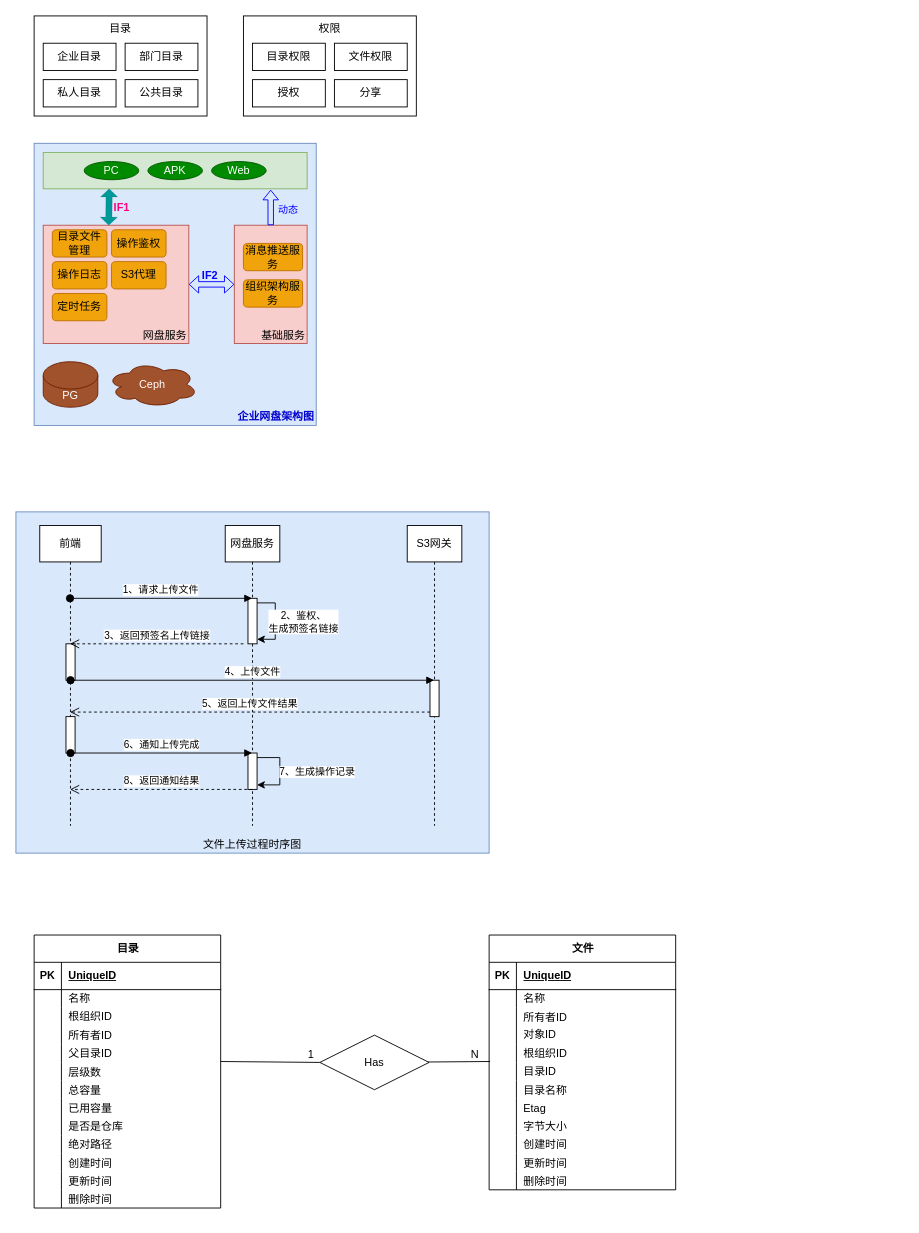
zebra-min/my-design keeps this draw.io diagram as page "企业网盘" (4 of 4) of StreamOA架构设计.drawio. Above is the earlier version. Source tidied: cells renumbered, new cells numbered last; positions are measured from the earlier drawing's top-left corner, leaving out a move shared by most shapes. Both pictures are drawn from the tidied source at 91%, with x=0, y=0 at pixel (15, 15).
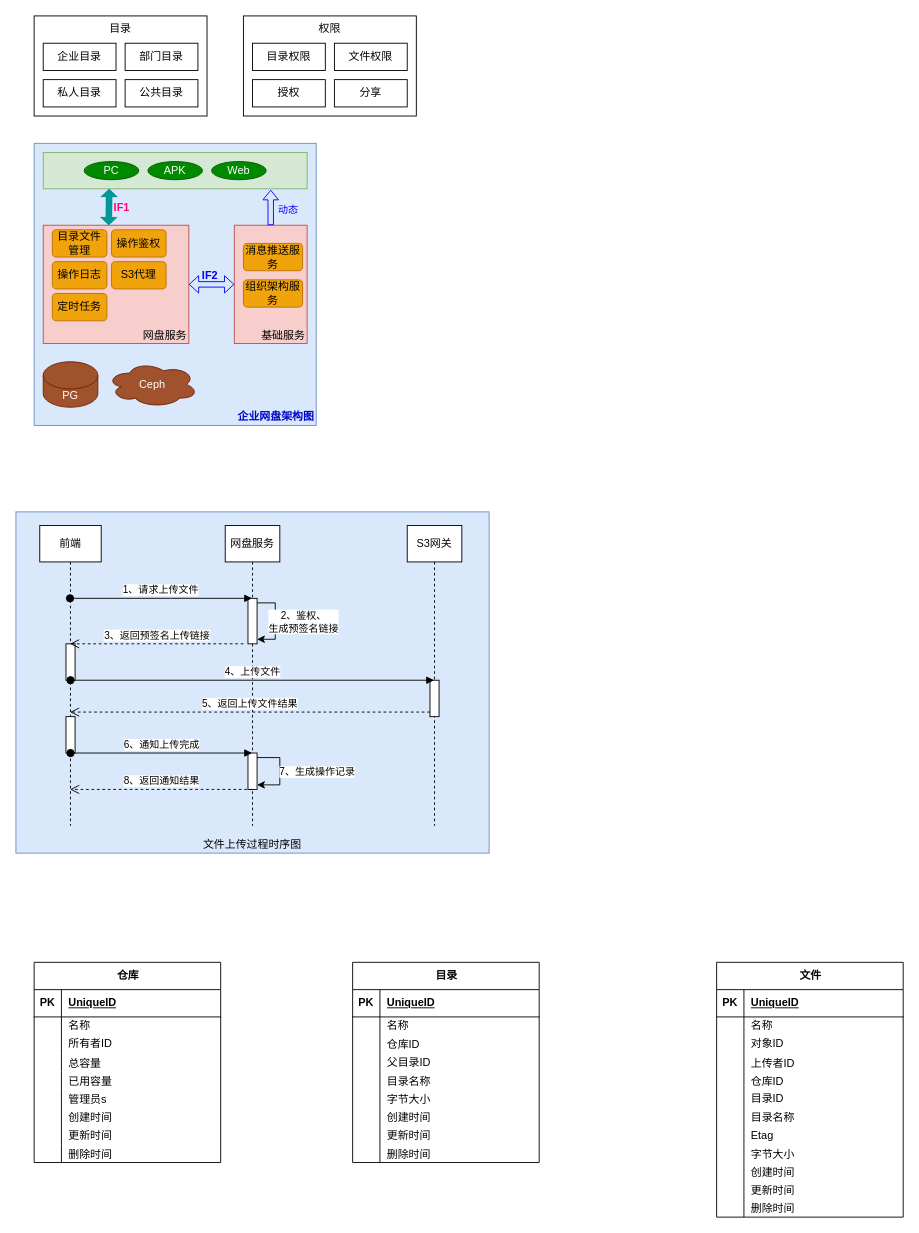
The same page after the edit.

Commit message (it also covers changes not shown here):
更新StreamOA架构设计.drawio

The change refers to these unchanged cells:
```xml
<mxCell id="60" style="shape=tableRow;horizontal=0;startSize=0;swimlaneHead=0;swimlaneBody=0;fillColor=none;top=0;left=0;right=0;bottom=0;" parent="53" vertex="1">
  <mxGeometry y="80" width="205" height="20" as="geometry" />
</mxCell>
<mxCell id="106" style="shape=tableRow;horizontal=0;startSize=0;swimlaneHead=0;swimlaneBody=0;fillColor=none;top=0;left=0;right=0;bottom=0;" parent="93" vertex="1">
  <mxGeometry y="120" width="205" height="20" as="geometry" />
</mxCell>
<mxCell id="109" style="shape=tableRow;horizontal=0;startSize=0;swimlaneHead=0;swimlaneBody=0;fillColor=none;points=[[0,0.5],[1,0.5]];portConstraint=eastwest;top=0;left=0;right=0;bottom=0;" parent="93" vertex="1">
  <mxGeometry y="140" width="205" height="20" as="geometry" />
</mxCell>
```

Change to the diagram source:
```diff
@@
-    <mxCell id="53" value="目录" style="shape=table;startSize=30;childLayout=tableLayout;rowLines=0;fontStyle=1;align=center;html=1;" parent="1" vertex="1">
-      <mxGeometry x="20" y="1010" width="205" height="300" as="geometry" />
+    <mxCell id="53" value="仓库" style="shape=table;startSize=30;childLayout=tableLayout;rowLines=0;fontStyle=1;align=center;html=1;" parent="1" vertex="1">
+      <mxGeometry x="20" y="1040" width="205" height="220" as="geometry" />
     </mxCell>
@@
-    <mxCell id="62" value="根组织ID" style="shape=partialRectangle;fillColor=none;top=0;left=0;bottom=0;right=0;align=left;spacingLeft=6;overflow=hidden;whiteSpace=wrap;html=1;" parent="60" vertex="1">
+    <mxCell id="62" value="所有者ID" style="shape=partialRectangle;fillColor=none;top=0;left=0;bottom=0;right=0;align=left;spacingLeft=6;overflow=hidden;whiteSpace=wrap;html=1;" parent="60" vertex="1">
       <mxGeometry x="30" width="175" height="20" as="geometry" />
     </mxCell>
-    <mxCell id="63" style="shape=tableRow;horizontal=0;startSize=0;swimlaneHead=0;swimlaneBody=0;fillColor=none;top=0;left=0;right=0;bottom=0;" parent="53" vertex="1">
-      <mxGeometry y="100" width="205" height="20" as="geometry" />
-    </mxCell>
-    <mxCell id="64" style="shape=partialRectangle;fillColor=none;top=0;left=0;bottom=0;right=0;overflow=hidden;" parent="63" vertex="1">
-      <mxGeometry width="30" height="20" as="geometry" />
-    </mxCell>
-    <mxCell id="65" value="所有者ID" style="shape=partialRectangle;fillColor=none;top=0;left=0;bottom=0;right=0;align=left;spacingLeft=6;overflow=hidden;" parent="63" vertex="1">
-      <mxGeometry x="30" width="175" height="20" as="geometry" />
-    </mxCell>
-    <mxCell id="66" style="shape=tableRow;horizontal=0;startSize=0;swimlaneHead=0;swimlaneBody=0;fillColor=none;top=0;left=0;right=0;bottom=0;" parent="53" vertex="1">
-      <mxGeometry y="120" width="205" height="20" as="geometry" />
-    </mxCell>
-    <mxCell id="67" style="shape=partialRectangle;fillColor=none;top=0;left=0;bottom=0;right=0;overflow=hidden;whiteSpace=wrap;html=1;" parent="66" vertex="1">
-      <mxGeometry width="30" height="20" as="geometry" />
-    </mxCell>
-    <mxCell id="68" value="父目录ID" style="shape=partialRectangle;fillColor=none;top=0;left=0;bottom=0;right=0;align=left;spacingLeft=6;overflow=hidden;whiteSpace=wrap;html=1;" parent="66" vertex="1">
-      <mxGeometry x="30" width="175" height="20" as="geometry" />
-    </mxCell>
-    <mxCell id="69" style="shape=tableRow;horizontal=0;startSize=0;swimlaneHead=0;swimlaneBody=0;fillColor=none;points=[[0,0.5],[1,0.5]];portConstraint=eastwest;top=0;left=0;right=0;bottom=0;" parent="53" vertex="1">
-      <mxGeometry y="140" width="205" height="20" as="geometry" />
-    </mxCell>
-    <mxCell id="70" style="shape=partialRectangle;fillColor=none;top=0;left=0;bottom=0;right=0;overflow=hidden;" parent="69" vertex="1">
-      <mxGeometry width="30" height="20" as="geometry" />
-    </mxCell>
-    <mxCell id="71" value="层级数" style="shape=partialRectangle;fillColor=none;top=0;left=0;bottom=0;right=0;align=left;spacingLeft=6;overflow=hidden;" parent="69" vertex="1">
-      <mxGeometry x="30" width="175" height="20" as="geometry" />
-    </mxCell>
     <mxCell id="72" style="shape=tableRow;horizontal=0;startSize=0;swimlaneHead=0;swimlaneBody=0;fillColor=none;top=0;left=0;right=0;bottom=0;" parent="53" vertex="1">
-      <mxGeometry y="160" width="205" height="20" as="geometry" />
+      <mxGeometry y="100" width="205" height="20" as="geometry" />
     </mxCell>
@@
     <mxCell id="75" style="shape=tableRow;horizontal=0;startSize=0;swimlaneHead=0;swimlaneBody=0;fillColor=none;top=0;left=0;right=0;bottom=0;" parent="53" vertex="1">
-      <mxGeometry y="180" width="205" height="20" as="geometry" />
+      <mxGeometry y="120" width="205" height="20" as="geometry" />
     </mxCell>
@@
-    <mxCell id="78" style="shape=tableRow;horizontal=0;startSize=0;swimlaneHead=0;swimlaneBody=0;fillColor=none;top=0;left=0;right=0;bottom=0;" parent="53" vertex="1">
-      <mxGeometry y="200" width="205" height="20" as="geometry" />
-    </mxCell>
-    <mxCell id="79" style="shape=partialRectangle;fillColor=none;top=0;left=0;bottom=0;right=0;overflow=hidden;" parent="78" vertex="1">
-      <mxGeometry width="30" height="20" as="geometry" />
-    </mxCell>
-    <mxCell id="80" value="是否是仓库" style="shape=partialRectangle;fillColor=none;top=0;left=0;bottom=0;right=0;align=left;spacingLeft=6;overflow=hidden;" parent="78" vertex="1">
-      <mxGeometry x="30" width="175" height="20" as="geometry" />
-    </mxCell>
-    <mxCell id="81" style="shape=tableRow;horizontal=0;startSize=0;swimlaneHead=0;swimlaneBody=0;fillColor=none;top=0;left=0;right=0;bottom=0;" parent="53" vertex="1">
-      <mxGeometry y="220" width="205" height="20" as="geometry" />
-    </mxCell>
-    <mxCell id="82" style="shape=partialRectangle;fillColor=none;top=0;left=0;bottom=0;right=0;overflow=hidden;" parent="81" vertex="1">
-      <mxGeometry width="30" height="20" as="geometry" />
-    </mxCell>
-    <mxCell id="83" value="绝对路径" style="shape=partialRectangle;fillColor=none;top=0;left=0;bottom=0;right=0;align=left;spacingLeft=6;overflow=hidden;" parent="81" vertex="1">
-      <mxGeometry x="30" width="175" height="20" as="geometry" />
-    </mxCell>
+    <mxCell id="135" style="shape=tableRow;horizontal=0;startSize=0;swimlaneHead=0;swimlaneBody=0;fillColor=none;top=0;left=0;right=0;bottom=0;" parent="53" vertex="1">
+      <mxGeometry y="140" width="205" height="20" as="geometry" />
+    </mxCell>
+    <mxCell id="136" style="shape=partialRectangle;fillColor=none;top=0;left=0;bottom=0;right=0;overflow=hidden;" parent="135" vertex="1">
+      <mxGeometry width="30" height="20" as="geometry" />
+    </mxCell>
+    <mxCell id="137" value="管理员s" style="shape=partialRectangle;fillColor=none;top=0;left=0;bottom=0;right=0;align=left;spacingLeft=6;overflow=hidden;" parent="135" vertex="1">
+      <mxGeometry x="30" width="175" height="20" as="geometry" />
+    </mxCell>
     <mxCell id="84" style="shape=tableRow;horizontal=0;startSize=0;swimlaneHead=0;swimlaneBody=0;fillColor=none;top=0;left=0;right=0;bottom=0;" parent="53" vertex="1">
-      <mxGeometry y="240" width="205" height="20" as="geometry" />
+      <mxGeometry y="160" width="205" height="20" as="geometry" />
     </mxCell>
@@
     <mxCell id="87" style="shape=tableRow;horizontal=0;startSize=0;swimlaneHead=0;swimlaneBody=0;fillColor=none;top=0;left=0;right=0;bottom=0;" parent="53" vertex="1">
-      <mxGeometry y="260" width="205" height="20" as="geometry" />
+      <mxGeometry y="180" width="205" height="20" as="geometry" />
     </mxCell>
@@
     <mxCell id="90" style="shape=tableRow;horizontal=0;startSize=0;swimlaneHead=0;swimlaneBody=0;fillColor=none;top=0;left=0;right=0;bottom=0;" parent="53" vertex="1">
-      <mxGeometry y="280" width="205" height="20" as="geometry" />
+      <mxGeometry y="200" width="205" height="20" as="geometry" />
     </mxCell>
@@
     <mxCell id="93" value="文件" style="shape=table;startSize=30;childLayout=tableLayout;rowLines=0;fontStyle=1;align=center;html=1;" parent="1" vertex="1">
-      <mxGeometry x="520" y="1010" width="205" height="280" as="geometry" />
+      <mxGeometry x="770" y="1040" width="205" height="280" as="geometry" />
     </mxCell>
@@
+    <mxCell id="103" style="shape=tableRow;horizontal=0;startSize=0;swimlaneHead=0;swimlaneBody=0;fillColor=none;top=0;left=0;right=0;bottom=0;" parent="93" vertex="1">
+      <mxGeometry y="80" width="205" height="20" as="geometry" />
+    </mxCell>
+    <mxCell id="104" style="shape=partialRectangle;fillColor=none;top=0;left=0;bottom=0;right=0;overflow=hidden;whiteSpace=wrap;html=1;" parent="103" vertex="1">
+      <mxGeometry width="30" height="20" as="geometry" />
+    </mxCell>
+    <mxCell id="105" value="对象ID" style="shape=partialRectangle;fillColor=none;top=0;left=0;bottom=0;right=0;align=left;spacingLeft=6;overflow=hidden;whiteSpace=wrap;html=1;" parent="103" vertex="1">
+      <mxGeometry x="30" width="175" height="20" as="geometry" />
+    </mxCell>
     <mxCell id="100" style="shape=tableRow;horizontal=0;startSize=0;swimlaneHead=0;swimlaneBody=0;fillColor=none;top=0;left=0;right=0;bottom=0;" parent="93" vertex="1">
-      <mxGeometry y="80" width="205" height="20" as="geometry" />
+      <mxGeometry y="100" width="205" height="20" as="geometry" />
     </mxCell>
@@
-    <mxCell id="102" value="所有者ID" style="shape=partialRectangle;fillColor=none;top=0;left=0;bottom=0;right=0;align=left;spacingLeft=6;overflow=hidden;" parent="100" vertex="1">
+    <mxCell id="102" value="上传者ID" style="shape=partialRectangle;fillColor=none;top=0;left=0;bottom=0;right=0;align=left;spacingLeft=6;overflow=hidden;" parent="100" vertex="1">
       <mxGeometry x="30" width="175" height="20" as="geometry" />
     </mxCell>
-    <mxCell id="103" style="shape=tableRow;horizontal=0;startSize=0;swimlaneHead=0;swimlaneBody=0;fillColor=none;top=0;left=0;right=0;bottom=0;" parent="93" vertex="1">
-      <mxGeometry y="100" width="205" height="20" as="geometry" />
-    </mxCell>
-    <mxCell id="104" style="shape=partialRectangle;fillColor=none;top=0;left=0;bottom=0;right=0;overflow=hidden;whiteSpace=wrap;html=1;" parent="103" vertex="1">
-      <mxGeometry width="30" height="20" as="geometry" />
-    </mxCell>
-    <mxCell id="105" value="对象ID" style="shape=partialRectangle;fillColor=none;top=0;left=0;bottom=0;right=0;align=left;spacingLeft=6;overflow=hidden;whiteSpace=wrap;html=1;" parent="103" vertex="1">
-      <mxGeometry x="30" width="175" height="20" as="geometry" />
-    </mxCell>
@@
-    <mxCell id="108" value="根组织ID" style="shape=partialRectangle;fillColor=none;top=0;left=0;bottom=0;right=0;align=left;spacingLeft=6;overflow=hidden;" parent="106" vertex="1">
+    <mxCell id="108" value="仓库ID" style="shape=partialRectangle;fillColor=none;top=0;left=0;bottom=0;right=0;align=left;spacingLeft=6;overflow=hidden;" parent="106" vertex="1">
       <mxGeometry x="30" width="175" height="20" as="geometry" />
     </mxCell>
@@
-    <mxCell id="130" value="Has" style="shape=rhombus;perimeter=rhombusPerimeter;whiteSpace=wrap;html=1;align=center;" parent="1" vertex="1">
-      <mxGeometry x="334" y="1120" width="120" height="60" as="geometry" />
-    </mxCell>
-    <mxCell id="131" style="endArrow=none;html=1;rounded=0;entryX=0.005;entryY=-0.05;entryDx=0;entryDy=0;entryPerimeter=0;" parent="1" edge="1" source="130" target="109">
-      <mxGeometry relative="1" as="geometry" />
-    </mxCell>
-    <mxCell id="132" value="N" style="html=1;whiteSpace=wrap;align=right;verticalAlign=bottom;" parent="131" vertex="1">
-      <mxGeometry x="1" relative="1" as="geometry">
-        <mxPoint x="-11" y="1" as="offset" />
-      </mxGeometry>
-    </mxCell>
-    <mxCell id="133" style="endArrow=none;html=1;rounded=0;exitX=1;exitY=-0.05;exitDx=0;exitDy=0;exitPerimeter=0;entryX=0;entryY=0.5;entryDx=0;entryDy=0;" parent="1" edge="1" source="69" target="130">
-      <mxGeometry relative="1" as="geometry" />
-    </mxCell>
-    <mxCell id="134" value="1" style="html=1;whiteSpace=wrap;align=right;verticalAlign=bottom;" parent="133" vertex="1">
-      <mxGeometry x="1" relative="1" as="geometry">
-        <mxPoint x="-5" as="offset" />
-      </mxGeometry>
-    </mxCell>
+    <mxCell id="138" value="目录" style="shape=table;startSize=30;childLayout=tableLayout;rowLines=0;fontStyle=1;align=center;html=1;" parent="1" vertex="1">
+      <mxGeometry x="370" y="1040" width="205" height="220" as="geometry" />
+    </mxCell>
+    <mxCell id="139" style="shape=tableRow;horizontal=0;startSize=0;swimlaneHead=0;swimlaneBody=0;fillColor=none;top=0;left=0;right=0;bottom=1;" parent="138" vertex="1">
+      <mxGeometry y="30" width="205" height="30" as="geometry" />
+    </mxCell>
+    <mxCell id="140" value="PK" style="shape=partialRectangle;fillColor=none;top=0;left=0;bottom=0;right=0;fontStyle=1;overflow=hidden;whiteSpace=wrap;html=1;" parent="139" vertex="1">
+      <mxGeometry width="30" height="30" as="geometry" />
+    </mxCell>
+    <mxCell id="141" value="UniqueID" style="shape=partialRectangle;fillColor=none;top=0;left=0;bottom=0;right=0;align=left;spacingLeft=6;fontStyle=5;overflow=hidden;whiteSpace=wrap;html=1;" parent="139" vertex="1">
+      <mxGeometry x="30" width="175" height="30" as="geometry" />
+    </mxCell>
+    <mxCell id="142" style="shape=tableRow;horizontal=0;startSize=0;swimlaneHead=0;swimlaneBody=0;fillColor=none;top=0;left=0;right=0;bottom=0;" parent="138" vertex="1">
+      <mxGeometry y="60" width="205" height="20" as="geometry" />
+    </mxCell>
+    <mxCell id="143" style="shape=partialRectangle;fillColor=none;top=0;left=0;bottom=0;right=0;overflow=hidden;whiteSpace=wrap;html=1;" parent="142" vertex="1">
+      <mxGeometry width="30" height="20" as="geometry" />
+    </mxCell>
+    <mxCell id="144" value="名称" style="shape=partialRectangle;fillColor=none;top=0;left=0;bottom=0;right=0;align=left;spacingLeft=6;overflow=hidden;whiteSpace=wrap;html=1;" parent="142" vertex="1">
+      <mxGeometry x="30" width="175" height="20" as="geometry" />
+    </mxCell>
+    <mxCell id="145" style="shape=tableRow;horizontal=0;startSize=0;swimlaneHead=0;swimlaneBody=0;fillColor=none;top=0;left=0;right=0;bottom=0;" parent="138" vertex="1">
+      <mxGeometry y="80" width="205" height="20" as="geometry" />
+    </mxCell>
+    <mxCell id="146" style="shape=partialRectangle;fillColor=none;top=0;left=0;bottom=0;right=0;overflow=hidden;" parent="145" vertex="1">
+      <mxGeometry width="30" height="20" as="geometry" />
+    </mxCell>
+    <mxCell id="147" value="仓库ID" style="shape=partialRectangle;fillColor=none;top=0;left=0;bottom=0;right=0;align=left;spacingLeft=6;overflow=hidden;" parent="145" vertex="1">
+      <mxGeometry x="30" width="175" height="20" as="geometry" />
+    </mxCell>
+    <mxCell id="63" style="shape=tableRow;horizontal=0;startSize=0;swimlaneHead=0;swimlaneBody=0;fillColor=none;top=0;left=0;right=0;bottom=0;" parent="138" vertex="1">
+      <mxGeometry y="100" width="205" height="20" as="geometry" />
+    </mxCell>
+    <mxCell id="148" style="shape=partialRectangle;fillColor=none;top=0;left=0;bottom=0;right=0;overflow=hidden;whiteSpace=wrap;html=1;" parent="63" vertex="1">
+      <mxGeometry width="30" height="20" as="geometry" />
+    </mxCell>
+    <mxCell id="68" value="父目录ID" style="shape=partialRectangle;fillColor=none;top=0;left=0;bottom=0;right=0;align=left;spacingLeft=6;overflow=hidden;whiteSpace=wrap;html=1;" parent="63" vertex="1">
+      <mxGeometry x="30" width="175" height="20" as="geometry" />
+    </mxCell>
+    <mxCell id="66" style="shape=tableRow;horizontal=0;startSize=0;swimlaneHead=0;swimlaneBody=0;fillColor=none;top=0;left=0;right=0;bottom=0;" parent="138" vertex="1">
+      <mxGeometry y="120" width="205" height="20" as="geometry" />
+    </mxCell>
+    <mxCell id="149" style="shape=partialRectangle;fillColor=none;top=0;left=0;bottom=0;right=0;overflow=hidden;" parent="66" vertex="1">
+      <mxGeometry width="30" height="20" as="geometry" />
+    </mxCell>
+    <mxCell id="150" value="目录名称" style="shape=partialRectangle;fillColor=none;top=0;left=0;bottom=0;right=0;align=left;spacingLeft=6;overflow=hidden;" parent="66" vertex="1">
+      <mxGeometry x="30" width="175" height="20" as="geometry" />
+    </mxCell>
+    <mxCell id="151" style="shape=tableRow;horizontal=0;startSize=0;swimlaneHead=0;swimlaneBody=0;fillColor=none;top=0;left=0;right=0;bottom=0;" parent="138" vertex="1">
+      <mxGeometry y="140" width="205" height="20" as="geometry" />
+    </mxCell>
+    <mxCell id="152" style="shape=partialRectangle;fillColor=none;top=0;left=0;bottom=0;right=0;overflow=hidden;" parent="151" vertex="1">
+      <mxGeometry width="30" height="20" as="geometry" />
+    </mxCell>
+    <mxCell id="153" value="字节大小" style="shape=partialRectangle;fillColor=none;top=0;left=0;bottom=0;right=0;align=left;spacingLeft=6;overflow=hidden;" parent="151" vertex="1">
+      <mxGeometry x="30" width="175" height="20" as="geometry" />
+    </mxCell>
+    <mxCell id="154" style="shape=tableRow;horizontal=0;startSize=0;swimlaneHead=0;swimlaneBody=0;fillColor=none;top=0;left=0;right=0;bottom=0;" parent="138" vertex="1">
+      <mxGeometry y="160" width="205" height="20" as="geometry" />
+    </mxCell>
+    <mxCell id="155" style="shape=partialRectangle;fillColor=none;top=0;left=0;bottom=0;right=0;overflow=hidden;" parent="154" vertex="1">
+      <mxGeometry width="30" height="20" as="geometry" />
+    </mxCell>
+    <mxCell id="156" value="创建时间" style="shape=partialRectangle;fillColor=none;top=0;left=0;bottom=0;right=0;align=left;spacingLeft=6;overflow=hidden;" parent="154" vertex="1">
+      <mxGeometry x="30" width="175" height="20" as="geometry" />
+    </mxCell>
+    <mxCell id="157" style="shape=tableRow;horizontal=0;startSize=0;swimlaneHead=0;swimlaneBody=0;fillColor=none;top=0;left=0;right=0;bottom=0;" parent="138" vertex="1">
+      <mxGeometry y="180" width="205" height="20" as="geometry" />
+    </mxCell>
+    <mxCell id="158" style="shape=partialRectangle;fillColor=none;top=0;left=0;bottom=0;right=0;overflow=hidden;" parent="157" vertex="1">
+      <mxGeometry width="30" height="20" as="geometry" />
+    </mxCell>
+    <mxCell id="159" value="更新时间" style="shape=partialRectangle;fillColor=none;top=0;left=0;bottom=0;right=0;align=left;spacingLeft=6;overflow=hidden;" parent="157" vertex="1">
+      <mxGeometry x="30" width="175" height="20" as="geometry" />
+    </mxCell>
+    <mxCell id="78" style="shape=tableRow;horizontal=0;startSize=0;swimlaneHead=0;swimlaneBody=0;fillColor=none;top=0;left=0;right=0;bottom=0;" parent="138" vertex="1">
+      <mxGeometry y="200" width="205" height="20" as="geometry" />
+    </mxCell>
+    <mxCell id="160" style="shape=partialRectangle;fillColor=none;top=0;left=0;bottom=0;right=0;overflow=hidden;" parent="78" vertex="1">
+      <mxGeometry width="30" height="20" as="geometry" />
+    </mxCell>
+    <mxCell id="161" value="删除时间" style="shape=partialRectangle;fillColor=none;top=0;left=0;bottom=0;right=0;align=left;spacingLeft=6;overflow=hidden;" parent="78" vertex="1">
+      <mxGeometry x="30" width="175" height="20" as="geometry" />
+    </mxCell>
```
